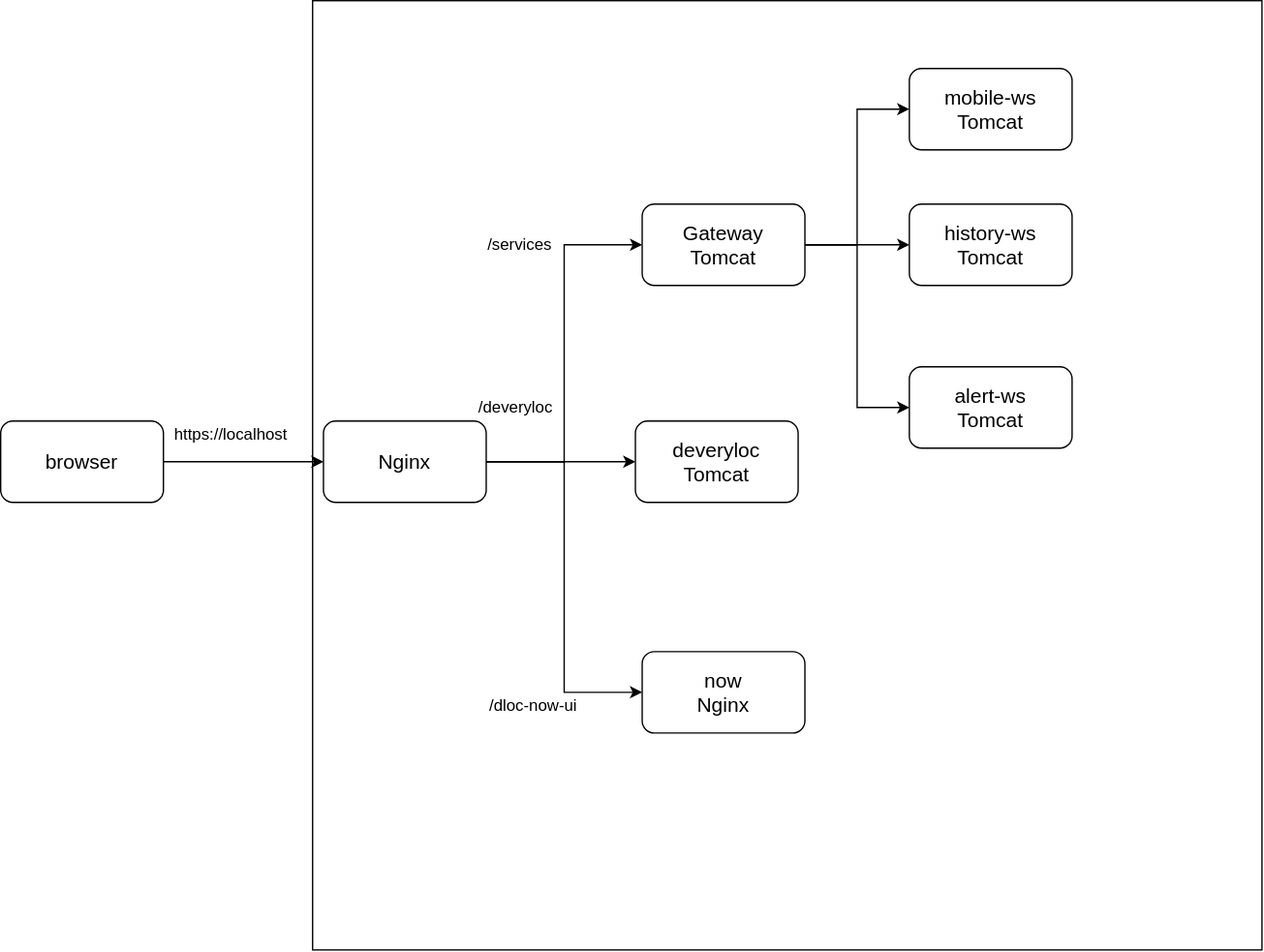
The draw.io diagram nginx-load-balancer/nginx_load_balancer.svg in phquoc25/diagram, before a commit. Source tidied: cells renumbered, new cells last; positions are measured from the earlier drawing's top-left corner, leaving out a move shared by most shapes.
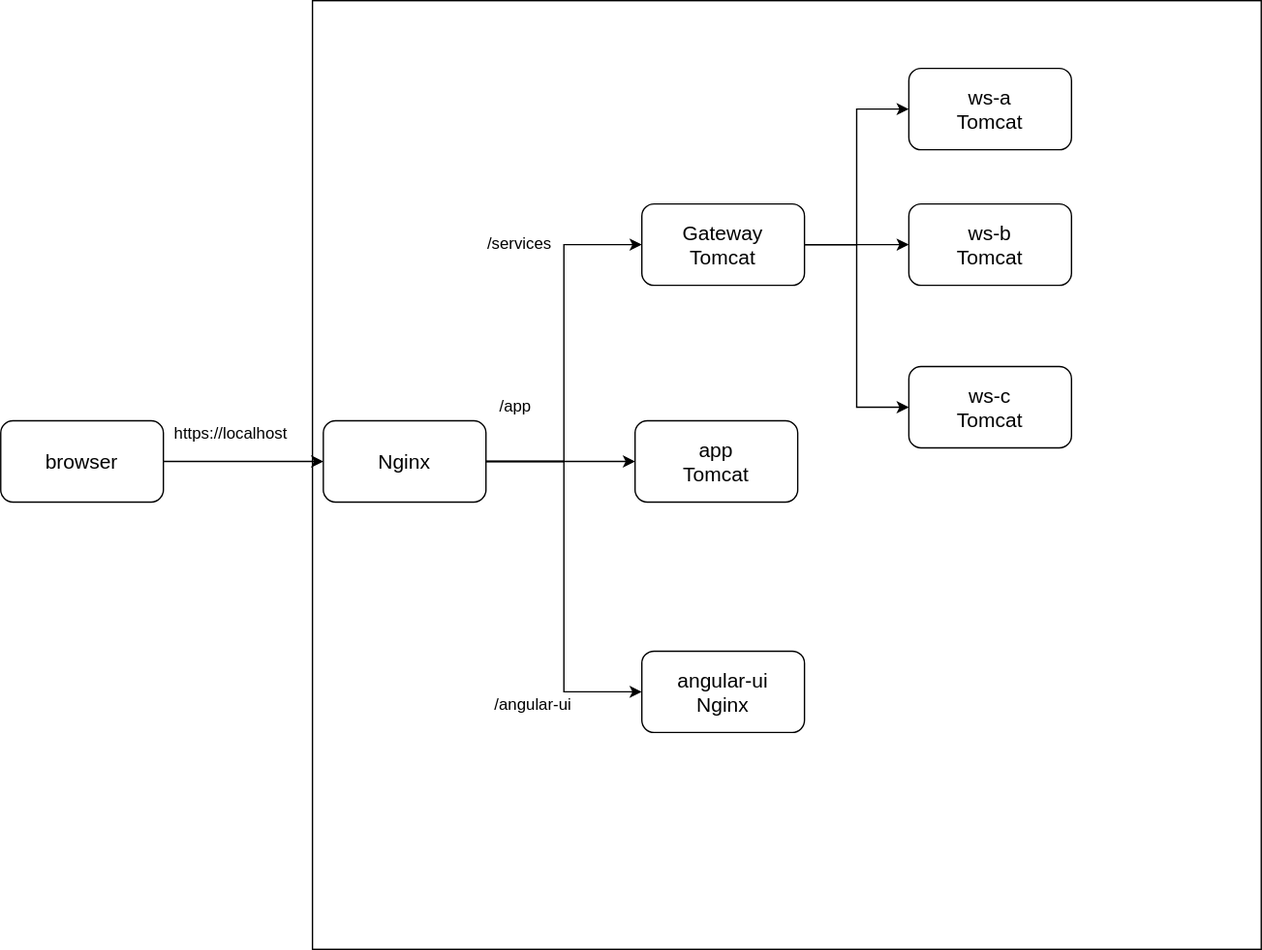
The same diagram one commit later.

Change to the diagram source:
```diff
@@ -29,10 +29,10 @@
     <mxCell id="10" value="Gateway&lt;br&gt;Tomcat" style="rounded=1;whiteSpace=wrap;html=1;fontSize=15;" parent="1" vertex="1">
       <mxGeometry x="473" y="150" width="120" height="60" as="geometry" />
     </mxCell>
-    <mxCell id="11" value="deveryloc&lt;br&gt;Tomcat" style="rounded=1;whiteSpace=wrap;html=1;fontSize=15;" parent="1" vertex="1">
+    <mxCell id="11" value="app&lt;br&gt;Tomcat" style="rounded=1;whiteSpace=wrap;html=1;fontSize=15;" parent="1" vertex="1">
       <mxGeometry x="468" y="310" width="120" height="60" as="geometry" />
     </mxCell>
-    <mxCell id="12" value="now&lt;br&gt;Nginx" style="rounded=1;whiteSpace=wrap;html=1;fontSize=15;" parent="1" vertex="1">
+    <mxCell id="12" value="angular-ui&lt;br&gt;Nginx" style="rounded=1;whiteSpace=wrap;html=1;fontSize=15;" parent="1" vertex="1">
       <mxGeometry x="473" y="480" width="120" height="60" as="geometry" />
     </mxCell>
     <mxCell id="13" style="edgeStyle=orthogonalEdgeStyle;rounded=0;jettySize=auto;html=1;entryX=0;entryY=0.5;entryDx=0;entryDy=0;" parent="1" edge="1" source="14" target="6">
@@ -44,22 +44,22 @@
     <mxCell id="15" value="/services" style="text;html=1;strokeColor=none;fillColor=none;align=center;verticalAlign=middle;whiteSpace=wrap;rounded=0;rotation=0;" parent="1" vertex="1">
       <mxGeometry x="302.7" y="169.7" width="160" height="20" as="geometry" />
     </mxCell>
-    <mxCell id="16" value="/dloc-now-ui" style="text;html=1;strokeColor=none;fillColor=none;align=center;verticalAlign=middle;whiteSpace=wrap;rounded=0;rotation=0;" parent="1" vertex="1">
+    <mxCell id="16" value="/angular-ui" style="text;html=1;strokeColor=none;fillColor=none;align=center;verticalAlign=middle;whiteSpace=wrap;rounded=0;rotation=0;" parent="1" vertex="1">
       <mxGeometry x="313" y="510" width="160" height="20" as="geometry" />
     </mxCell>
     <mxCell id="17" value="https://localhost" style="text;html=1;strokeColor=none;fillColor=none;align=center;verticalAlign=middle;whiteSpace=wrap;rounded=0;rotation=0;" parent="1" vertex="1">
       <mxGeometry x="90" y="310" width="160" height="20" as="geometry" />
     </mxCell>
-    <mxCell id="18" value="/deveryloc" style="text;html=1;strokeColor=none;fillColor=none;align=center;verticalAlign=middle;whiteSpace=wrap;rounded=0;rotation=0;" parent="1" vertex="1">
+    <mxCell id="18" value="/app" style="text;html=1;strokeColor=none;fillColor=none;align=center;verticalAlign=middle;whiteSpace=wrap;rounded=0;rotation=0;" parent="1" vertex="1">
       <mxGeometry x="300" y="290" width="160" height="20" as="geometry" />
     </mxCell>
-    <mxCell id="19" value="mobile-ws&lt;br&gt;Tomcat" style="rounded=1;whiteSpace=wrap;html=1;fontSize=15;" parent="1" vertex="1">
+    <mxCell id="19" value="ws-a&lt;br&gt;Tomcat" style="rounded=1;whiteSpace=wrap;html=1;fontSize=15;" parent="1" vertex="1">
       <mxGeometry x="670" y="50" width="120" height="60" as="geometry" />
     </mxCell>
-    <mxCell id="20" value="history-ws&lt;br&gt;Tomcat" style="rounded=1;whiteSpace=wrap;html=1;fontSize=15;" parent="1" vertex="1">
+    <mxCell id="20" value="ws-b&lt;br&gt;Tomcat" style="rounded=1;whiteSpace=wrap;html=1;fontSize=15;" parent="1" vertex="1">
       <mxGeometry x="670" y="150" width="120" height="60" as="geometry" />
     </mxCell>
-    <mxCell id="21" value="alert-ws&lt;br&gt;Tomcat" style="rounded=1;whiteSpace=wrap;html=1;fontSize=15;" parent="1" vertex="1">
+    <mxCell id="21" value="ws-c&lt;br&gt;Tomcat" style="rounded=1;whiteSpace=wrap;html=1;fontSize=15;" parent="1" vertex="1">
       <mxGeometry x="670" y="270" width="120" height="60" as="geometry" />
     </mxCell>
   </root>
```
